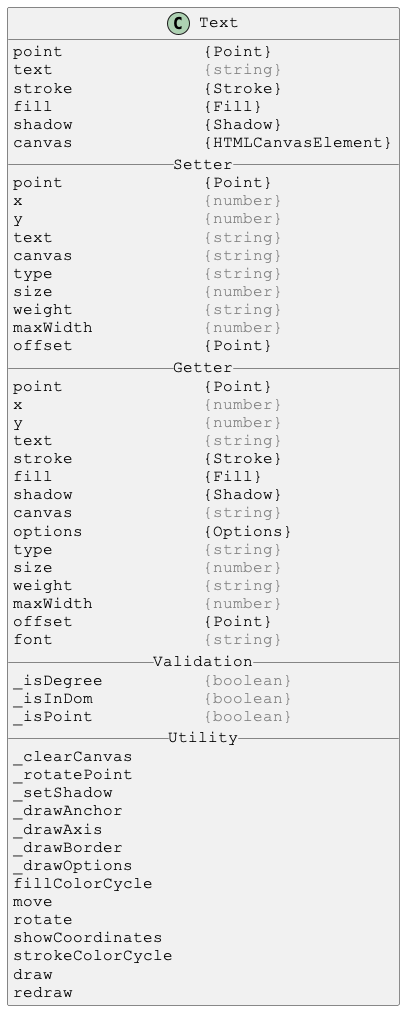
This is docs/PlantUml/image/Text.png from Justin-Byrne/canvasLab, a PlantUML export, as it was before one commit.
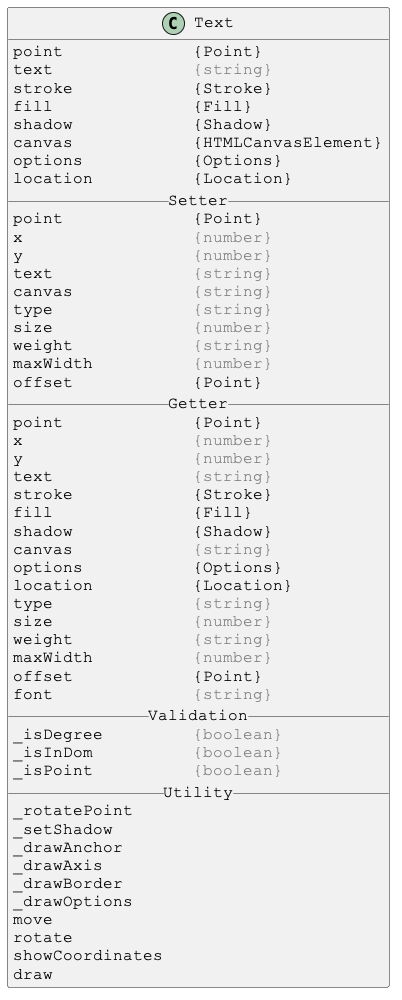
Above is the later version.

The edit, as a diff of the source:
```diff
@@ -4,58 +4,57 @@
 skinparam DefaultFontName Courier New
 
 class Text {
-point              {Point}
-text               <color:gray>{string}</color>
-stroke             {Stroke}
-fill               {Fill}
-shadow             {Shadow}
-canvas             {HTMLCanvasElement}
+point             {Point}
+text              <color:gray>{string}</color>
+stroke            {Stroke}
+fill              {Fill}
+shadow            {Shadow}
+canvas            {HTMLCanvasElement}
+options           {Options}
+location          {Location}
 __ Setter __
-point              {Point}
-x                  <color:gray>{number}</color>
-y                  <color:gray>{number}</color>
-text               <color:gray>{string}</color>
-canvas             <color:gray>{string}</color>
-type               <color:gray>{string}</color>
-size               <color:gray>{number}</color>
-weight             <color:gray>{string}</color>
-maxWidth           <color:gray>{number}</color>
-offset             {Point}
+point             {Point}
+x                 <color:gray>{number}</color>
+y                 <color:gray>{number}</color>
+text              <color:gray>{string}</color>
+canvas            <color:gray>{string}</color>
+type              <color:gray>{string}</color>
+size              <color:gray>{number}</color>
+weight            <color:gray>{string}</color>
+maxWidth          <color:gray>{number}</color>
+offset            {Point}
 __ Getter __
-point              {Point}
-x                  <color:gray>{number}</color>
-y                  <color:gray>{number}</color>
-text               <color:gray>{string}</color>
-stroke             {Stroke}
-fill               {Fill}
-shadow             {Shadow}
-canvas             <color:gray>{string}</color>
-options            {Options}
-type               <color:gray>{string}</color>
-size               <color:gray>{number}</color>
-weight             <color:gray>{string}</color>
-maxWidth           <color:gray>{number}</color>
-offset             {Point}
-font               <color:gray>{string}</color>
+point             {Point}
+x                 <color:gray>{number}</color>
+y                 <color:gray>{number}</color>
+text              <color:gray>{string}</color>
+stroke            {Stroke}
+fill              {Fill}
+shadow            {Shadow}
+canvas            <color:gray>{string}</color>
+options           {Options}
+location          {Location}
+type              <color:gray>{string}</color>
+size              <color:gray>{number}</color>
+weight            <color:gray>{string}</color>
+maxWidth          <color:gray>{number}</color>
+offset            {Point}
+font              <color:gray>{string}</color>
 __ Validation __
-_isDegree          <color:gray>{boolean}</color>
-_isInDom           <color:gray>{boolean}</color>
-_isPoint           <color:gray>{boolean}</color>
+_isDegree         <color:gray>{boolean}</color>
+_isInDom          <color:gray>{boolean}</color>
+_isPoint          <color:gray>{boolean}</color>
 __ Utility __
-_clearCanvas
 _rotatePoint
 _setShadow
 _drawAnchor
 _drawAxis
 _drawBorder
 _drawOptions
-fillColorCycle
 move
 rotate
 showCoordinates
-strokeColorCycle
 draw
-redraw
 }
 
 @enduml
```
